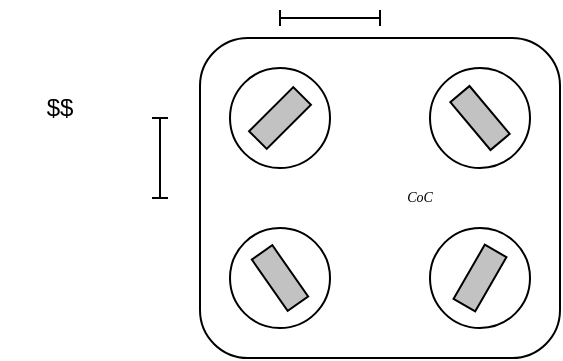
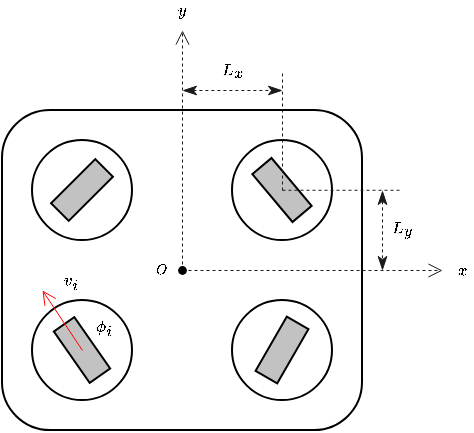
<mxfile host="app.diagrams.net">
  <diagram name="第 1 页" id="4FD6GcxqfF9abK5E6Bah">
-     <mxGraphModel dx="520" dy="276" grid="1" gridSize="5" guides="1" tooltips="1" connect="1" arrows="1" fold="1" page="1" pageScale="1" pageWidth="827" pageHeight="1169" math="1" shadow="0">
+     <mxGraphModel dx="838" dy="445" grid="1" gridSize="5" guides="1" tooltips="1" connect="1" arrows="1" fold="1" page="1" pageScale="1" pageWidth="827" pageHeight="1169" math="1" shadow="0">
      <root>
        <mxCell id="0" />
        <mxCell id="1" parent="0" />
-         <mxCell id="nKg83daNvgRig4Iaar3x-4" parent="1" style="rounded=1;whiteSpace=wrap;html=1;rotation=0;fillColor=none;" value="" vertex="1">
-           <mxGeometry height="160" width="180" x="280" y="200" as="geometry" />
+         <mxCell id="B6zsRA7mJpj8l9kfQhVZ-29" connectable="0" parent="1" style="group" value="" vertex="1">
+           <mxGeometry height="215" width="235" x="280" y="145" as="geometry" />
        </mxCell>
-         <mxCell id="nKg83daNvgRig4Iaar3x-11" connectable="0" parent="1" style="group;fillColor=none;" value="" vertex="1">
-           <mxGeometry height="50" width="50" x="395" y="215" as="geometry" />
+         <mxCell id="nKg83daNvgRig4Iaar3x-4" parent="B6zsRA7mJpj8l9kfQhVZ-29" style="rounded=1;whiteSpace=wrap;html=1;rotation=0;fillColor=none;container=0;" value="" vertex="1">
+           <mxGeometry height="160" width="180" y="55" as="geometry" />
        </mxCell>
-         <mxCell id="nKg83daNvgRig4Iaar3x-12" parent="nKg83daNvgRig4Iaar3x-11" style="ellipse;whiteSpace=wrap;html=1;aspect=fixed;fillColor=none;" value="" vertex="1">
-           <mxGeometry height="50" width="50" as="geometry" />
+         <mxCell id="nKg83daNvgRig4Iaar3x-36" parent="B6zsRA7mJpj8l9kfQhVZ-29" style="text;html=1;whiteSpace=wrap;strokeColor=none;fillColor=none;align=center;verticalAlign=middle;rounded=0;fontSize=7;container=0;" value="&lt;font face=&quot;Times New Roman&quot;&gt;&lt;i&gt;`O`&lt;/i&gt;&lt;/font&gt;" vertex="1">
+           <mxGeometry height="10" width="20" x="70" y="130" as="geometry" />
        </mxCell>
-         <mxCell id="nKg83daNvgRig4Iaar3x-13" parent="nKg83daNvgRig4Iaar3x-11" style="rounded=0;whiteSpace=wrap;html=1;rotation=-130;fillColor=#C2C2C2;" value="" vertex="1">
-           <mxGeometry height="12.5" width="31.25" x="9.375" y="18.75" as="geometry" />
+         <mxCell id="nKg83daNvgRig4Iaar3x-42" parent="B6zsRA7mJpj8l9kfQhVZ-29" style="text;html=1;whiteSpace=wrap;strokeColor=none;fillColor=none;align=center;verticalAlign=middle;rounded=0;fontSize=7;container=0;" value="$$L_y$$" vertex="1">
+           <mxGeometry height="10" width="10" x="195" y="110" as="geometry" />
        </mxCell>
-         <mxCell id="nKg83daNvgRig4Iaar3x-23" connectable="0" parent="1" style="group;fillColor=none;" value="" vertex="1">
-           <mxGeometry height="50" width="50" x="295" y="215" as="geometry" />
+         <mxCell id="B6zsRA7mJpj8l9kfQhVZ-1" parent="B6zsRA7mJpj8l9kfQhVZ-29" style="text;html=1;whiteSpace=wrap;strokeColor=none;fillColor=none;align=center;verticalAlign=middle;rounded=0;fontSize=7;container=0;" value="$$L_x$$" vertex="1">
+           <mxGeometry height="10" width="10" x="110" y="30" as="geometry" />
        </mxCell>
-         <mxCell id="nKg83daNvgRig4Iaar3x-24" parent="nKg83daNvgRig4Iaar3x-23" style="ellipse;whiteSpace=wrap;html=1;aspect=fixed;fillColor=none;" value="" vertex="1">
-           <mxGeometry height="50" width="50" as="geometry" />
-         </mxCell>
-         <mxCell id="nKg83daNvgRig4Iaar3x-25" parent="nKg83daNvgRig4Iaar3x-23" style="rounded=0;whiteSpace=wrap;html=1;rotation=-45;fillColor=#C2C2C2;" value="" vertex="1">
-           <mxGeometry height="12.5" width="31.25" x="9.375" y="18.75" as="geometry" />
-         </mxCell>
-         <mxCell id="nKg83daNvgRig4Iaar3x-29" connectable="0" parent="1" style="group;fillColor=none;" value="" vertex="1">
-           <mxGeometry height="50" width="50" x="295" y="295" as="geometry" />
-         </mxCell>
-         <mxCell id="nKg83daNvgRig4Iaar3x-30" parent="nKg83daNvgRig4Iaar3x-29" style="ellipse;whiteSpace=wrap;html=1;aspect=fixed;fillColor=none;" value="" vertex="1">
-           <mxGeometry height="50" width="50" as="geometry" />
-         </mxCell>
-         <mxCell id="nKg83daNvgRig4Iaar3x-31" parent="nKg83daNvgRig4Iaar3x-29" style="rounded=0;whiteSpace=wrap;html=1;rotation=-125;fillColor=#C2C2C2;" value="" vertex="1">
-           <mxGeometry height="12.5" width="31.25" x="9.375" y="18.75" as="geometry" />
-         </mxCell>
-         <mxCell id="nKg83daNvgRig4Iaar3x-32" connectable="0" parent="1" style="group;fillColor=none;" value="" vertex="1">
-           <mxGeometry height="50" width="50" x="395" y="295" as="geometry" />
-         </mxCell>
-         <mxCell id="nKg83daNvgRig4Iaar3x-33" parent="nKg83daNvgRig4Iaar3x-32" style="ellipse;whiteSpace=wrap;html=1;aspect=fixed;fillColor=none;" value="" vertex="1">
-           <mxGeometry height="50" width="50" as="geometry" />
-         </mxCell>
-         <mxCell id="nKg83daNvgRig4Iaar3x-34" parent="nKg83daNvgRig4Iaar3x-32" style="rounded=0;whiteSpace=wrap;html=1;rotation=-60;fillColor=#C2C2C2;" value="" vertex="1">
-           <mxGeometry height="12.5" width="31.25" x="9.375" y="18.75" as="geometry" />
-         </mxCell>
-         <mxCell id="nKg83daNvgRig4Iaar3x-36" parent="1" style="text;html=1;whiteSpace=wrap;strokeColor=none;fillColor=none;align=center;verticalAlign=middle;rounded=0;fontSize=7;" value="&lt;font face=&quot;Times New Roman&quot;&gt;&lt;i&gt;CoC&lt;/i&gt;&lt;/font&gt;" vertex="1">
-           <mxGeometry height="10" width="20" x="380" y="275" as="geometry" />
-         </mxCell>
-         <mxCell id="nKg83daNvgRig4Iaar3x-37" edge="1" parent="1" style="endArrow=baseDash;html=1;rounded=0;startArrow=baseDash;startFill=0;endFill=0;strokeWidth=1;" value="">
+         <mxCell id="B6zsRA7mJpj8l9kfQhVZ-5" edge="1" parent="B6zsRA7mJpj8l9kfQhVZ-29" style="endArrow=open;html=1;rounded=0;dashed=1;strokeWidth=0.5;strokeColor=#1A1A1A;endFill=0;" value="">
          <mxGeometry height="50" relative="1" width="50" as="geometry">
-             <mxPoint x="260" y="280" as="sourcePoint" />
-             <mxPoint x="260" y="240" as="targetPoint" />
+             <mxPoint x="90" y="135" as="sourcePoint" />
+             <mxPoint x="220" y="135" as="targetPoint" />
          </mxGeometry>
        </mxCell>
-         <mxCell id="nKg83daNvgRig4Iaar3x-38" edge="1" parent="1" style="endArrow=baseDash;html=1;rounded=0;startArrow=baseDash;startFill=0;endFill=0;strokeWidth=1;" value="">
+         <mxCell id="B6zsRA7mJpj8l9kfQhVZ-7" edge="1" parent="B6zsRA7mJpj8l9kfQhVZ-29" style="endArrow=classicThin;html=1;rounded=0;dashed=1;strokeWidth=0.5;strokeColor=#1A1A1A;startArrow=classicThin;startFill=1;endFill=1;" value="">
          <mxGeometry height="50" relative="1" width="50" as="geometry">
-             <mxPoint x="370" y="190" as="sourcePoint" />
-             <mxPoint x="320" y="190" as="targetPoint" />
+             <mxPoint x="190" y="95" as="sourcePoint" />
+             <mxPoint x="190" y="135" as="targetPoint" />
          </mxGeometry>
        </mxCell>
-         <mxCell id="nKg83daNvgRig4Iaar3x-42" parent="1" style="text;html=1;whiteSpace=wrap;strokeColor=none;fillColor=none;align=center;verticalAlign=middle;rounded=0;" value="$$" vertex="1">
-           <mxGeometry height="30" width="60" x="180" y="220" as="geometry" />
+         <mxCell id="B6zsRA7mJpj8l9kfQhVZ-10" parent="B6zsRA7mJpj8l9kfQhVZ-29" style="text;html=1;whiteSpace=wrap;strokeColor=none;fillColor=none;align=center;verticalAlign=middle;rounded=0;fontSize=7;container=0;" value="`v_i`" vertex="1">
+           <mxGeometry height="10" width="10" x="30" y="135" as="geometry" />
+         </mxCell>
+         <mxCell id="nKg83daNvgRig4Iaar3x-33" parent="B6zsRA7mJpj8l9kfQhVZ-29" style="ellipse;whiteSpace=wrap;html=1;aspect=fixed;fillColor=none;container=0;" value="" vertex="1">
+           <mxGeometry height="50" width="50" x="115" y="150" as="geometry" />
+         </mxCell>
+         <mxCell id="nKg83daNvgRig4Iaar3x-34" parent="B6zsRA7mJpj8l9kfQhVZ-29" style="rounded=0;whiteSpace=wrap;html=1;rotation=-60;fillColor=#C2C2C2;container=0;" value="" vertex="1">
+           <mxGeometry height="12.5" width="31.25" x="124.375" y="168.75" as="geometry" />
+         </mxCell>
+         <mxCell id="B6zsRA7mJpj8l9kfQhVZ-4" edge="1" parent="B6zsRA7mJpj8l9kfQhVZ-29" style="endArrow=open;html=1;rounded=0;dashed=1;strokeWidth=0.5;strokeColor=#1A1A1A;endFill=0;" value="">
+           <mxGeometry height="50" relative="1" width="50" as="geometry">
+             <mxPoint x="90" y="135" as="sourcePoint" />
+             <mxPoint x="90" y="15" as="targetPoint" />
+           </mxGeometry>
+         </mxCell>
+         <mxCell id="nKg83daNvgRig4Iaar3x-12" parent="B6zsRA7mJpj8l9kfQhVZ-29" style="ellipse;whiteSpace=wrap;html=1;aspect=fixed;fillColor=none;container=0;" value="" vertex="1">
+           <mxGeometry height="50" width="50" x="115" y="70" as="geometry" />
+         </mxCell>
+         <mxCell id="nKg83daNvgRig4Iaar3x-13" parent="B6zsRA7mJpj8l9kfQhVZ-29" style="rounded=0;whiteSpace=wrap;html=1;rotation=-130;fillColor=#C2C2C2;container=0;" value="" vertex="1">
+           <mxGeometry height="12.5" width="31.25" x="124.375" y="88.75" as="geometry" />
+         </mxCell>
+         <mxCell id="B6zsRA7mJpj8l9kfQhVZ-2" edge="1" parent="B6zsRA7mJpj8l9kfQhVZ-29" style="endArrow=none;html=1;rounded=0;dashed=1;strokeWidth=0.5;strokeColor=#1A1A1A;" value="">
+           <mxGeometry height="50" relative="1" width="50" as="geometry">
+             <mxPoint x="140" y="94.88999999999999" as="sourcePoint" />
+             <mxPoint x="200" y="94.88999999999999" as="targetPoint" />
+           </mxGeometry>
+         </mxCell>
+         <mxCell id="nKg83daNvgRig4Iaar3x-24" parent="B6zsRA7mJpj8l9kfQhVZ-29" style="ellipse;whiteSpace=wrap;html=1;aspect=fixed;fillColor=none;container=0;" value="" vertex="1">
+           <mxGeometry height="50" width="50" x="15" y="70" as="geometry" />
+         </mxCell>
+         <mxCell id="nKg83daNvgRig4Iaar3x-25" parent="B6zsRA7mJpj8l9kfQhVZ-29" style="rounded=0;whiteSpace=wrap;html=1;rotation=-45;fillColor=#C2C2C2;container=0;" value="" vertex="1">
+           <mxGeometry height="12.5" width="31.25" x="24.375" y="88.75" as="geometry" />
+         </mxCell>
+         <mxCell id="nKg83daNvgRig4Iaar3x-30" parent="B6zsRA7mJpj8l9kfQhVZ-29" style="ellipse;whiteSpace=wrap;html=1;aspect=fixed;fillColor=none;container=0;" value="" vertex="1">
+           <mxGeometry height="50" width="50" x="15" y="150" as="geometry" />
+         </mxCell>
+         <mxCell id="nKg83daNvgRig4Iaar3x-31" parent="B6zsRA7mJpj8l9kfQhVZ-29" style="rounded=0;whiteSpace=wrap;html=1;rotation=-125;fillColor=#C2C2C2;container=0;" value="" vertex="1">
+           <mxGeometry height="12.5" width="31.25" x="24.375" y="168.75" as="geometry" />
+         </mxCell>
+         <mxCell id="B6zsRA7mJpj8l9kfQhVZ-20" parent="B6zsRA7mJpj8l9kfQhVZ-29" style="text;html=1;whiteSpace=wrap;strokeColor=none;fillColor=none;align=center;verticalAlign=middle;rounded=0;fontSize=7;container=0;" value="`\phi_i`" vertex="1">
+           <mxGeometry height="10" width="10" x="45.629999999999995" y="158.75" as="geometry" />
+         </mxCell>
+         <mxCell id="B6zsRA7mJpj8l9kfQhVZ-26" parent="B6zsRA7mJpj8l9kfQhVZ-29" style="text;html=1;whiteSpace=wrap;strokeColor=none;fillColor=none;align=center;verticalAlign=middle;rounded=0;fontSize=7;" value="`y`" vertex="1">
+           <mxGeometry height="10" width="10" x="85" as="geometry" />
+         </mxCell>
+         <mxCell id="B6zsRA7mJpj8l9kfQhVZ-27" parent="B6zsRA7mJpj8l9kfQhVZ-29" style="text;html=1;whiteSpace=wrap;strokeColor=none;fillColor=none;align=center;verticalAlign=middle;rounded=0;fontSize=7;" value="`x`" vertex="1">
+           <mxGeometry height="10" width="10" x="225" y="130" as="geometry" />
+         </mxCell>
+         <mxCell id="B6zsRA7mJpj8l9kfQhVZ-28" parent="B6zsRA7mJpj8l9kfQhVZ-29" style="shape=waypoint;sketch=0;size=6;pointerEvents=1;points=[];fillColor=none;resizable=0;rotatable=0;perimeter=centerPerimeter;snapToPoint=1;fontSize=7;strokeWidth=0.2;" value="" vertex="1">
+           <mxGeometry height="20" width="20" x="80" y="125" as="geometry" />
+         </mxCell>
+         <mxCell id="B6zsRA7mJpj8l9kfQhVZ-9" edge="1" parent="B6zsRA7mJpj8l9kfQhVZ-29" style="endArrow=open;html=1;rounded=0;strokeWidth=0.5;endFill=0;strokeColor=#FF0000;" value="">
+           <mxGeometry height="50" relative="1" width="50" as="geometry">
+             <mxPoint x="40" y="175" as="sourcePoint" />
+             <mxPoint x="20" y="145" as="targetPoint" />
+           </mxGeometry>
+         </mxCell>
+         <mxCell id="B6zsRA7mJpj8l9kfQhVZ-31" connectable="0" parent="B6zsRA7mJpj8l9kfQhVZ-29" style="group" value="" vertex="1">
+           <mxGeometry height="60" width="50" x="90" y="35" as="geometry" />
+         </mxCell>
+         <mxCell id="B6zsRA7mJpj8l9kfQhVZ-3" edge="1" parent="B6zsRA7mJpj8l9kfQhVZ-31" style="endArrow=none;html=1;rounded=0;dashed=1;strokeWidth=0.5;strokeColor=#1A1A1A;" value="">
+           <mxGeometry height="50" relative="1" width="50" as="geometry">
+             <mxPoint x="50" y="60" as="sourcePoint" />
+             <mxPoint x="50" as="targetPoint" />
+           </mxGeometry>
+         </mxCell>
+         <mxCell id="B6zsRA7mJpj8l9kfQhVZ-6" edge="1" parent="B6zsRA7mJpj8l9kfQhVZ-31" style="endArrow=classicThin;html=1;rounded=0;dashed=1;strokeWidth=0.5;strokeColor=#1A1A1A;startArrow=classicThin;startFill=1;endFill=1;" value="">
+           <mxGeometry height="50" relative="1" width="50" as="geometry">
+             <mxPoint y="10" as="sourcePoint" />
+             <mxPoint x="50" y="10" as="targetPoint" />
+           </mxGeometry>
        </mxCell>
      </root>
    </mxGraphModel>
  </diagram>
</mxfile>
